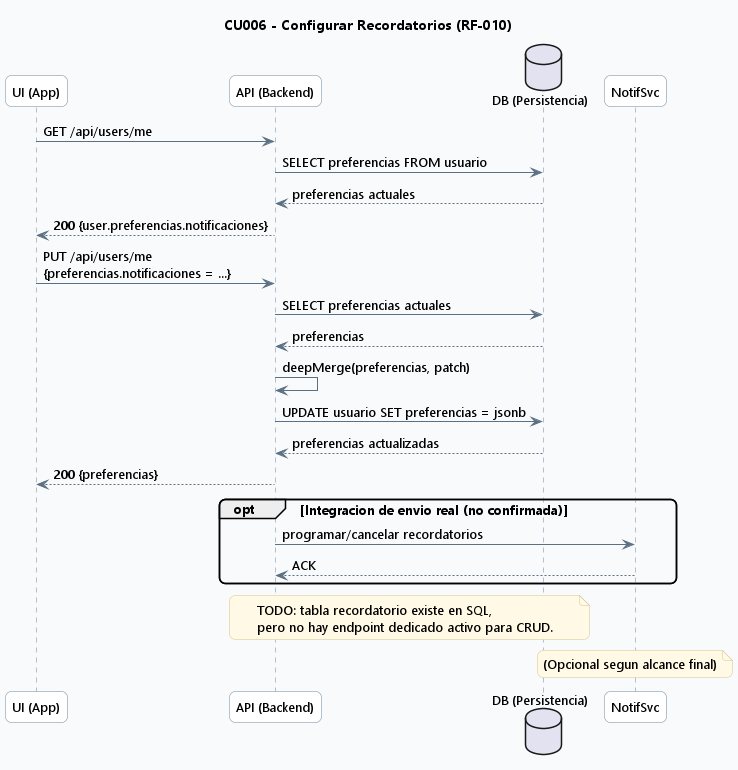
TPerez13/TFG keeps this PlantUML diagram as out/docs/diagrams/cap4/06_seq_cu006_recordatorios/06_seq_cu006_recordatorios.png. Above is the earlier version.
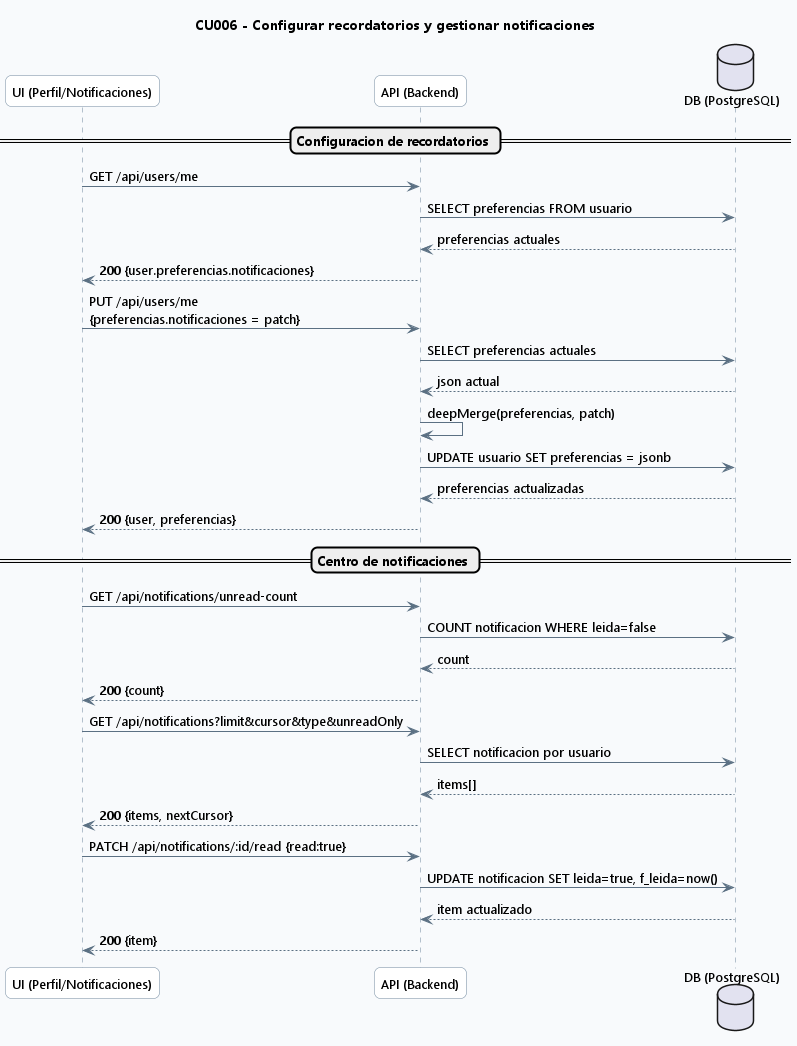
The same file after the commit.

Diff of the diagram source:
```diff
@@ -16,38 +16,40 @@
 skinparam noteBackgroundColor #FFF9E6
 skinparam noteBorderColor #D7C58A
 
-title CU006 - Configurar Recordatorios (RF-010)
+title CU006 - Configurar recordatorios y gestionar notificaciones
 
-participant "UI (App)" as UI
+participant "UI (Perfil/Notificaciones)" as UI
 participant "API (Backend)" as API
-database "DB (Persistencia)" as DB
-participant "NotifSvc" as NS
+database "DB (PostgreSQL)" as DB
 
+== Configuracion de recordatorios ==
 UI -> API: GET /api/users/me
 API -> DB: SELECT preferencias FROM usuario
 DB --> API: preferencias actuales
 API --> UI: 200 {user.preferencias.notificaciones}
 
-UI -> API: PUT /api/users/me\n{preferencias.notificaciones = ...}
+UI -> API: PUT /api/users/me\n{preferencias.notificaciones = patch}
 API -> DB: SELECT preferencias actuales
-DB --> API: preferencias
+DB --> API: json actual
 API -> API: deepMerge(preferencias, patch)
 API -> DB: UPDATE usuario SET preferencias = jsonb
 DB --> API: preferencias actualizadas
-API --> UI: 200 {preferencias}
+API --> UI: 200 {user, preferencias}
 
-opt Integracion de envio real (no confirmada)
-  API -> NS: programar/cancelar recordatorios
-  NS --> API: ACK
-end
+== Centro de notificaciones ==
+UI -> API: GET /api/notifications/unread-count
+API -> DB: COUNT notificacion WHERE leida=false
+DB --> API: count
+API --> UI: 200 {count}
 
-note over API,DB
-TODO: tabla recordatorio existe en SQL,
-pero no hay endpoint dedicado activo para CRUD.
-end note
+UI -> API: GET /api/notifications?limit&cursor&type&unreadOnly
+API -> DB: SELECT notificacion por usuario
+DB --> API: items[]
+API --> UI: 200 {items, nextCursor}
 
-note over NS
-(Opcional segun alcance final)
-end note
+UI -> API: PATCH /api/notifications/:id/read {read:true}
+API -> DB: UPDATE notificacion SET leida=true, f_leida=now()
+DB --> API: item actualizado
+API --> UI: 200 {item}
 
 @enduml
```
